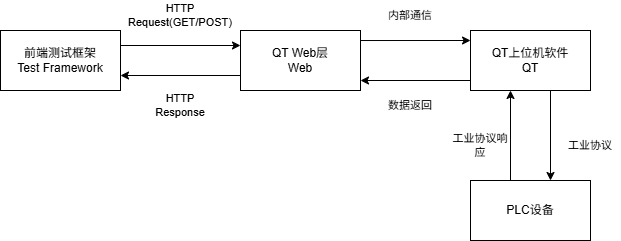
The draw.io diagram 前后端流程.drawio.png in Taylor-Hu/python_code, before a commit. Source tidied: cells renumbered, new cells last; positions are measured from the earlier drawing's top-left corner, leaving out a move shared by most shapes.
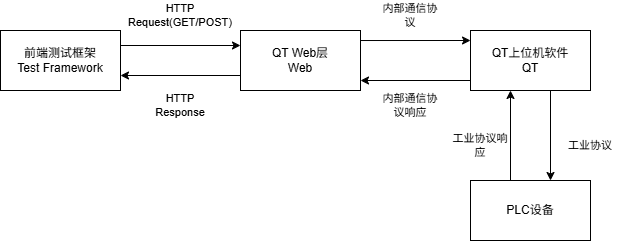
The same diagram one commit later.

Commit message:
更新前后端流程.drawio.png

Change to the diagram source:
```diff
@@ -43,10 +43,10 @@
     <mxCell id="12" value="HTTP Response" style="text;html=1;whiteSpace=wrap;strokeColor=none;fillColor=none;align=center;verticalAlign=middle;rounded=0;fontFamily=Helvetica;fontSize=11;fontColor=default;labelBackgroundColor=default;" parent="1" vertex="1">
       <mxGeometry x="150" y="90" width="60" height="30" as="geometry" />
     </mxCell>
-    <mxCell id="13" value="内部通信" style="text;html=1;whiteSpace=wrap;strokeColor=none;fillColor=none;align=center;verticalAlign=middle;rounded=0;fontFamily=Helvetica;fontSize=11;fontColor=default;labelBackgroundColor=default;" parent="1" vertex="1">
+    <mxCell id="13" value="内部通信协议" style="text;html=1;whiteSpace=wrap;strokeColor=none;fillColor=none;align=center;verticalAlign=middle;rounded=0;fontFamily=Helvetica;fontSize=11;fontColor=default;labelBackgroundColor=default;" parent="1" vertex="1">
       <mxGeometry x="380" width="60" height="30" as="geometry" />
     </mxCell>
-    <mxCell id="14" value="数据返回" style="text;html=1;whiteSpace=wrap;strokeColor=none;fillColor=none;align=center;verticalAlign=middle;rounded=0;fontFamily=Helvetica;fontSize=11;fontColor=default;labelBackgroundColor=default;" parent="1" vertex="1">
+    <mxCell id="14" value="内部通信协议响应" style="text;html=1;whiteSpace=wrap;strokeColor=none;fillColor=none;align=center;verticalAlign=middle;rounded=0;fontFamily=Helvetica;fontSize=11;fontColor=default;labelBackgroundColor=default;" parent="1" vertex="1">
       <mxGeometry x="380" y="90" width="60" height="30" as="geometry" />
     </mxCell>
     <mxCell id="15" value="工业协议" style="text;html=1;whiteSpace=wrap;strokeColor=none;fillColor=none;align=center;verticalAlign=middle;rounded=0;fontFamily=Helvetica;fontSize=11;fontColor=default;labelBackgroundColor=default;" parent="1" vertex="1">
```
